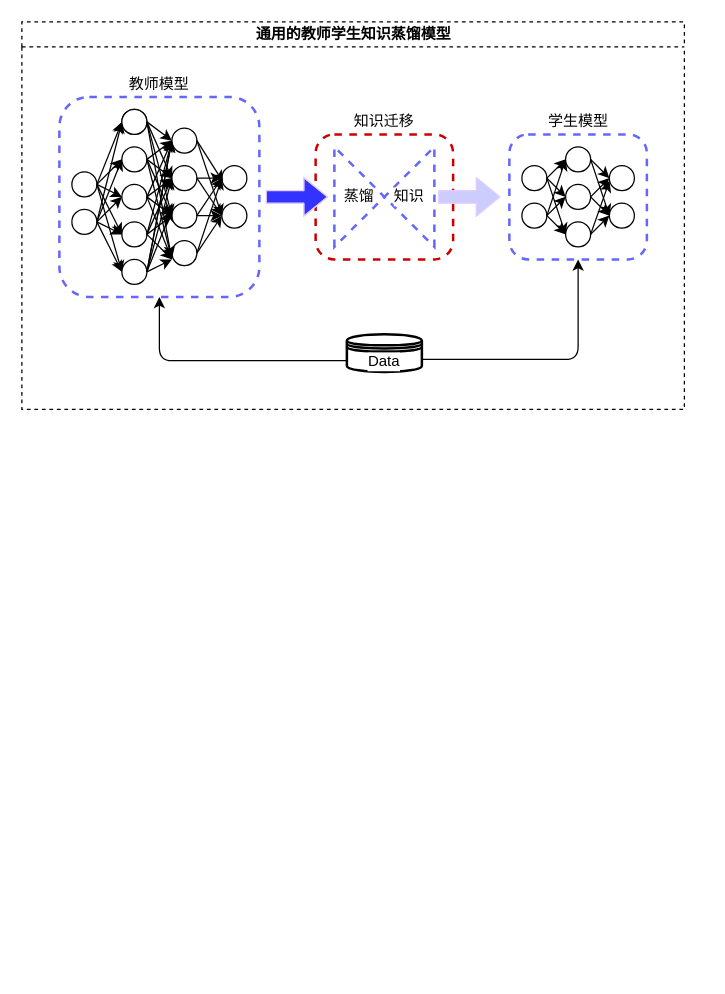
This is generic-KD.drawio from Noeverer/Mindmap, a draw.io file, before an edit. Source tidied: cells renumbered, new cells numbered last; positions are measured from the earlier drawing's top-left corner, leaving out a move shared by most shapes. Both pictures are drawn from the tidied source at 125%, with x=0, y=0 at pixel (21, 21).
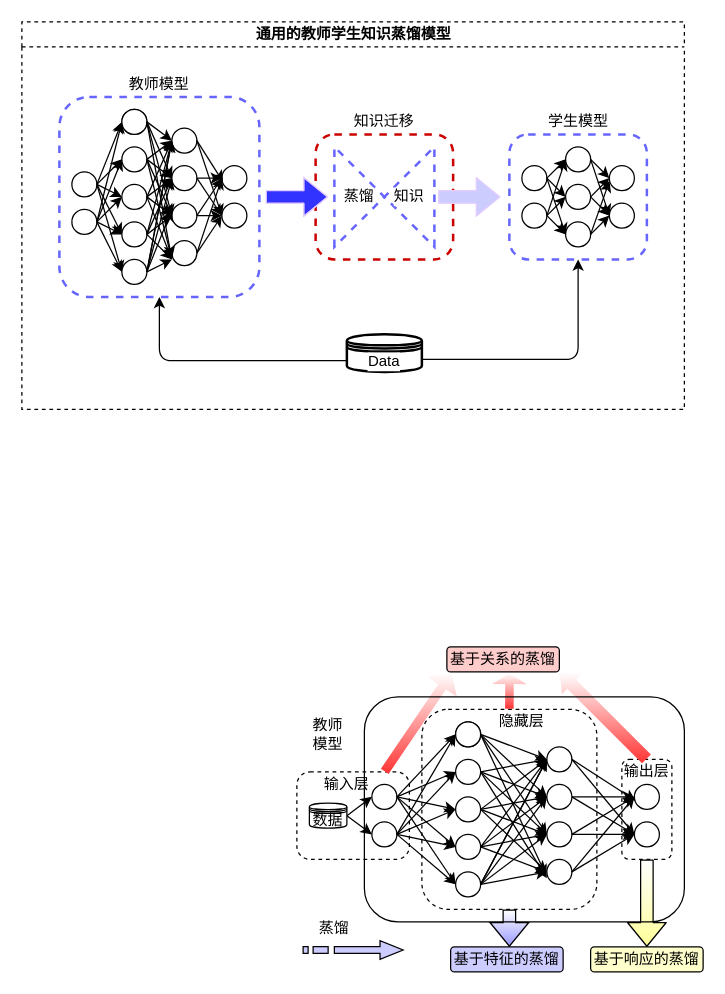
Above is the later version.

Diff of the diagram source:
```diff
@@
+    <mxCell id="91" style="rounded=1;whiteSpace=wrap;html=1;dashed=1;" parent="1" vertex="1">
+      <mxGeometry x="220" y="600" width="90" height="70" as="geometry" />
+    </mxCell>
+    <mxCell id="92" style="rounded=1;whiteSpace=wrap;html=1;dashed=1;" parent="1" vertex="1">
+      <mxGeometry x="480" y="590" width="40" height="80" as="geometry" />
+    </mxCell>
@@
+    <mxCell id="93" style="group;" parent="1" vertex="1">
+      <mxGeometry x="280" y="560" width="250" height="160" as="geometry" />
+    </mxCell>
+    <mxCell id="94" style="rounded=1;whiteSpace=wrap;html=1;dashed=1;" parent="93" vertex="1">
+      <mxGeometry x="40" y="-10" width="140" height="160" as="geometry" />
+    </mxCell>
+    <mxCell id="95" style="ellipse;whiteSpace=wrap;html=1;" parent="93" vertex="1">
+      <mxGeometry x="67" width="20" height="20" as="geometry" />
+    </mxCell>
+    <mxCell id="96" style="ellipse;whiteSpace=wrap;html=1;" parent="93" vertex="1">
+      <mxGeometry x="67" y="30" width="20" height="20" as="geometry" />
+    </mxCell>
+    <mxCell id="97" style="ellipse;whiteSpace=wrap;html=1;" parent="93" vertex="1">
+      <mxGeometry x="67" y="60" width="20" height="20" as="geometry" />
+    </mxCell>
+    <mxCell id="98" style="ellipse;whiteSpace=wrap;html=1;" parent="93" vertex="1">
+      <mxGeometry x="67" y="90" width="20" height="20" as="geometry" />
+    </mxCell>
+    <mxCell id="99" style="ellipse;whiteSpace=wrap;html=1;" parent="93" vertex="1">
+      <mxGeometry x="67" y="120" width="20" height="20" as="geometry" />
+    </mxCell>
+    <mxCell id="100" style="ellipse;whiteSpace=wrap;html=1;" parent="93" vertex="1">
+      <mxGeometry y="50" width="20" height="20" as="geometry" />
+    </mxCell>
+    <mxCell id="101" style="ellipse;whiteSpace=wrap;html=1;" parent="93" vertex="1">
+      <mxGeometry y="80" width="20" height="20" as="geometry" />
+    </mxCell>
+    <mxCell id="102" style="endArrow=classic;html=1;exitX=1;exitY=0.5;exitDx=0;exitDy=0;entryX=0;entryY=0.5;entryDx=0;entryDy=0;" parent="93" edge="1" source="100" target="106">
+      <mxGeometry relative="1" as="geometry" />
+    </mxCell>
+    <mxCell id="103" style="endArrow=classic;html=1;exitX=1;exitY=0.5;exitDx=0;exitDy=0;entryX=0;entryY=0.5;entryDx=0;entryDy=0;" parent="93" edge="1" source="100" target="97">
+      <mxGeometry relative="1" as="geometry" />
+    </mxCell>
+    <mxCell id="104" style="endArrow=classic;html=1;exitX=1;exitY=0.5;exitDx=0;exitDy=0;entryX=0;entryY=0.5;entryDx=0;entryDy=0;" parent="93" edge="1" source="101" target="95">
+      <mxGeometry relative="1" as="geometry" />
+    </mxCell>
+    <mxCell id="105" style="endArrow=classic;html=1;exitX=1;exitY=0.5;exitDx=0;exitDy=0;entryX=0;entryY=0.5;entryDx=0;entryDy=0;" parent="93" edge="1" source="101" target="97">
+      <mxGeometry relative="1" as="geometry" />
+    </mxCell>
+    <mxCell id="106" style="ellipse;whiteSpace=wrap;html=1;" parent="93" vertex="1">
+      <mxGeometry x="67" width="20" height="20" as="geometry" />
+    </mxCell>
+    <mxCell id="107" style="endArrow=classic;html=1;exitX=1;exitY=0.5;exitDx=0;exitDy=0;entryX=0;entryY=0.5;entryDx=0;entryDy=0;" parent="93" edge="1" source="100" target="99">
+      <mxGeometry relative="1" as="geometry" />
+    </mxCell>
+    <mxCell id="108" style="endArrow=classic;html=1;exitX=1;exitY=0.5;exitDx=0;exitDy=0;entryX=0;entryY=0.5;entryDx=0;entryDy=0;" parent="93" edge="1" source="101" target="96">
+      <mxGeometry relative="1" as="geometry" />
+    </mxCell>
+    <mxCell id="109" value="隐藏层" style="text;html=1;strokeColor=none;fillColor=none;align=center;verticalAlign=middle;whiteSpace=wrap;rounded=0;dashed=1;" parent="93" vertex="1">
+      <mxGeometry x="100" y="-10" width="40" height="20" as="geometry" />
+    </mxCell>
+    <mxCell id="110" style="endArrow=classic;html=1;entryX=0;entryY=0.5;entryDx=0;entryDy=0;" parent="1" edge="1" target="96">
+      <mxGeometry relative="1" as="geometry">
+        <mxPoint x="300" y="620" as="sourcePoint" />
+      </mxGeometry>
+    </mxCell>
+    <mxCell id="111" style="endArrow=classic;html=1;entryX=0;entryY=0.5;entryDx=0;entryDy=0;" parent="1" edge="1" target="98">
+      <mxGeometry relative="1" as="geometry">
+        <mxPoint x="300" y="650" as="sourcePoint" />
+      </mxGeometry>
+    </mxCell>
+    <mxCell id="112" style="endArrow=classic;html=1;entryX=0;entryY=0.5;entryDx=0;entryDy=0;" parent="1" edge="1" target="99">
+      <mxGeometry relative="1" as="geometry">
+        <mxPoint x="300" y="650" as="sourcePoint" />
+      </mxGeometry>
+    </mxCell>
+    <mxCell id="113" style="endArrow=classic;html=1;entryX=0;entryY=0.5;entryDx=0;entryDy=0;" parent="1" edge="1" target="98">
+      <mxGeometry relative="1" as="geometry">
+        <mxPoint x="300" y="620" as="sourcePoint" />
+      </mxGeometry>
+    </mxCell>
+    <mxCell id="114" style="endArrow=classic;html=1;entryX=0;entryY=0.5;entryDx=0;entryDy=0;" parent="1" edge="1" target="129">
+      <mxGeometry relative="1" as="geometry">
+        <mxPoint x="367" y="570" as="sourcePoint" />
+      </mxGeometry>
+    </mxCell>
+    <mxCell id="115" style="endArrow=classic;html=1;entryX=-0.02;entryY=0.66;entryDx=0;entryDy=0;entryPerimeter=0;" parent="1" edge="1" target="130">
+      <mxGeometry relative="1" as="geometry">
+        <mxPoint x="367" y="570" as="sourcePoint" />
+      </mxGeometry>
+    </mxCell>
+    <mxCell id="116" style="endArrow=classic;html=1;entryX=0;entryY=0.5;entryDx=0;entryDy=0;" parent="1" edge="1" target="129">
+      <mxGeometry relative="1" as="geometry">
+        <mxPoint x="367" y="600" as="sourcePoint" />
+      </mxGeometry>
+    </mxCell>
+    <mxCell id="117" style="endArrow=classic;html=1;entryX=0;entryY=0.75;entryDx=0;entryDy=0;entryPerimeter=0;" parent="1" edge="1" target="130">
+      <mxGeometry relative="1" as="geometry">
+        <mxPoint x="367" y="600" as="sourcePoint" />
+      </mxGeometry>
+    </mxCell>
+    <mxCell id="118" style="endArrow=classic;html=1;entryX=0;entryY=0.5;entryDx=0;entryDy=0;" parent="1" edge="1" target="128">
+      <mxGeometry relative="1" as="geometry">
+        <mxPoint x="367" y="660" as="sourcePoint" />
+      </mxGeometry>
+    </mxCell>
+    <mxCell id="119" style="endArrow=classic;html=1;entryX=0;entryY=0.5;entryDx=0;entryDy=0;" parent="1" edge="1" target="129">
+      <mxGeometry relative="1" as="geometry">
+        <mxPoint x="367" y="630" as="sourcePoint" />
+      </mxGeometry>
+    </mxCell>
+    <mxCell id="120" style="endArrow=classic;html=1;entryX=0;entryY=0.5;entryDx=0;entryDy=0;" parent="1" edge="1" target="129">
+      <mxGeometry relative="1" as="geometry">
+        <mxPoint x="367" y="660" as="sourcePoint" />
+      </mxGeometry>
+    </mxCell>
+    <mxCell id="121" style="endArrow=classic;html=1;exitX=1;exitY=0.5;exitDx=0;exitDy=0;" parent="1" edge="1" source="99">
+      <mxGeometry relative="1" as="geometry">
+        <mxPoint x="420" y="680" as="targetPoint" />
+      </mxGeometry>
+    </mxCell>
+    <mxCell id="122" style="endArrow=classic;html=1;entryX=0;entryY=0.5;entryDx=0;entryDy=0;" parent="1" edge="1" target="127">
+      <mxGeometry relative="1" as="geometry">
+        <mxPoint x="367" y="690" as="sourcePoint" />
+      </mxGeometry>
+    </mxCell>
+    <mxCell id="123" style="endArrow=classic;html=1;" parent="1" edge="1">
+      <mxGeometry relative="1" as="geometry">
+        <mxPoint x="367" y="690" as="sourcePoint" />
+        <mxPoint x="420" y="650" as="targetPoint" />
+      </mxGeometry>
+    </mxCell>
+    <mxCell id="124" style="endArrow=classic;html=1;entryX=0;entryY=0.5;entryDx=0;entryDy=0;" parent="1" edge="1" target="127">
+      <mxGeometry relative="1" as="geometry">
+        <mxPoint x="367" y="690" as="sourcePoint" />
+      </mxGeometry>
+    </mxCell>
+    <mxCell id="125" style="endArrow=classic;html=1;exitX=1;exitY=0.5;exitDx=0;exitDy=0;entryX=0;entryY=0.5;entryDx=0;entryDy=0;" parent="1" edge="1" source="98" target="130">
+      <mxGeometry relative="1" as="geometry" />
+    </mxCell>
+    <mxCell id="126" style="endArrow=classic;html=1;exitX=1;exitY=0.5;exitDx=0;exitDy=0;entryX=0;entryY=0.5;entryDx=0;entryDy=0;" parent="1" edge="1" source="97" target="130">
+      <mxGeometry relative="1" as="geometry" />
+    </mxCell>
+    <mxCell id="127" style="ellipse;whiteSpace=wrap;html=1;" parent="1" vertex="1">
+      <mxGeometry x="420" y="580" width="20" height="20" as="geometry" />
+    </mxCell>
+    <mxCell id="128" style="ellipse;whiteSpace=wrap;html=1;" parent="1" vertex="1">
+      <mxGeometry x="420" y="610" width="20" height="20" as="geometry" />
+    </mxCell>
+    <mxCell id="129" style="ellipse;whiteSpace=wrap;html=1;" parent="1" vertex="1">
+      <mxGeometry x="420" y="640" width="20" height="20" as="geometry" />
+    </mxCell>
+    <mxCell id="130" style="ellipse;whiteSpace=wrap;html=1;" parent="1" vertex="1">
+      <mxGeometry x="420" y="670" width="20" height="20" as="geometry" />
+    </mxCell>
+    <mxCell id="131" style="ellipse;whiteSpace=wrap;html=1;" parent="1" vertex="1">
+      <mxGeometry x="490" y="610" width="20" height="20" as="geometry" />
+    </mxCell>
+    <mxCell id="132" style="ellipse;whiteSpace=wrap;html=1;" parent="1" vertex="1">
+      <mxGeometry x="490" y="640" width="20" height="20" as="geometry" />
+    </mxCell>
+    <mxCell id="133" style="endArrow=classic;html=1;exitX=1;exitY=0.5;exitDx=0;exitDy=0;entryX=0.047;entryY=0.647;entryDx=0;entryDy=0;entryPerimeter=0;" parent="1" edge="1" source="127" target="131">
+      <mxGeometry relative="1" as="geometry" />
+    </mxCell>
+    <mxCell id="134" style="endArrow=classic;html=1;entryX=0;entryY=0.5;entryDx=0;entryDy=0;exitX=1;exitY=0.5;exitDx=0;exitDy=0;" parent="1" edge="1" source="127" target="132">
+      <mxGeometry relative="1" as="geometry" />
+    </mxCell>
+    <mxCell id="135" style="endArrow=classic;html=1;entryX=0;entryY=0.5;entryDx=0;entryDy=0;exitX=1;exitY=0.5;exitDx=0;exitDy=0;" parent="1" edge="1" source="128" target="131">
+      <mxGeometry relative="1" as="geometry" />
+    </mxCell>
+    <mxCell id="136" style="endArrow=classic;html=1;entryX=0;entryY=0.5;entryDx=0;entryDy=0;exitX=1;exitY=0.5;exitDx=0;exitDy=0;" parent="1" edge="1" source="128" target="132">
+      <mxGeometry relative="1" as="geometry" />
+    </mxCell>
+    <mxCell id="137" style="endArrow=classic;html=1;entryX=0;entryY=0.5;entryDx=0;entryDy=0;exitX=1;exitY=0.5;exitDx=0;exitDy=0;exitPerimeter=0;" parent="1" edge="1" source="129" target="131">
+      <mxGeometry relative="1" as="geometry" />
+    </mxCell>
+    <mxCell id="138" style="endArrow=classic;html=1;entryX=0;entryY=0.5;entryDx=0;entryDy=0;exitX=1;exitY=0.5;exitDx=0;exitDy=0;" parent="1" edge="1" source="129" target="132">
+      <mxGeometry relative="1" as="geometry" />
+    </mxCell>
+    <mxCell id="139" style="endArrow=classic;html=1;entryX=0;entryY=0.5;entryDx=0;entryDy=0;exitX=1;exitY=0.5;exitDx=0;exitDy=0;" parent="1" edge="1" source="130" target="131">
+      <mxGeometry relative="1" as="geometry" />
+    </mxCell>
+    <mxCell id="140" style="endArrow=classic;html=1;entryX=0;entryY=0.5;entryDx=0;entryDy=0;exitX=1;exitY=0.5;exitDx=0;exitDy=0;" parent="1" edge="1" source="130" target="132">
+      <mxGeometry relative="1" as="geometry" />
+    </mxCell>
+    <mxCell id="141" style="endArrow=classic;html=1;exitX=1;exitY=0.5;exitDx=0;exitDy=0;entryX=0;entryY=0.5;entryDx=0;entryDy=0;" parent="1" edge="1" source="106" target="127">
+      <mxGeometry relative="1" as="geometry" />
+    </mxCell>
+    <mxCell id="142" style="endArrow=classic;html=1;entryX=0;entryY=0.5;entryDx=0;entryDy=0;exitX=1;exitY=0.5;exitDx=0;exitDy=0;" parent="1" edge="1" source="96" target="127">
+      <mxGeometry relative="1" as="geometry" />
+    </mxCell>
+    <mxCell id="143" style="endArrow=classic;html=1;entryX=0;entryY=0.5;entryDx=0;entryDy=0;exitX=1;exitY=0.5;exitDx=0;exitDy=0;" parent="1" edge="1" source="97" target="127">
+      <mxGeometry relative="1" as="geometry" />
+    </mxCell>
+    <mxCell id="144" style="endArrow=classic;html=1;entryX=0;entryY=0.5;entryDx=0;entryDy=0;exitX=1;exitY=0.5;exitDx=0;exitDy=0;" parent="1" edge="1" source="98" target="127">
+      <mxGeometry relative="1" as="geometry" />
+    </mxCell>
+    <mxCell id="145" style="endArrow=classic;html=1;exitX=1;exitY=0.5;exitDx=0;exitDy=0;entryX=0;entryY=0.5;entryDx=0;entryDy=0;" parent="1" edge="1" source="106" target="128">
+      <mxGeometry relative="1" as="geometry" />
+    </mxCell>
+    <mxCell id="146" style="endArrow=classic;html=1;entryX=0;entryY=0.5;entryDx=0;entryDy=0;exitX=1;exitY=0.5;exitDx=0;exitDy=0;" parent="1" edge="1" source="96" target="128">
+      <mxGeometry relative="1" as="geometry" />
+    </mxCell>
+    <mxCell id="147" style="endArrow=classic;html=1;entryX=0;entryY=0.5;entryDx=0;entryDy=0;exitX=1;exitY=0.5;exitDx=0;exitDy=0;" parent="1" edge="1" source="97" target="128">
+      <mxGeometry relative="1" as="geometry" />
+    </mxCell>
+    <mxCell id="148" style="endArrow=classic;html=1;exitX=1;exitY=0.5;exitDx=0;exitDy=0;entryX=0;entryY=0.5;entryDx=0;entryDy=0;" parent="1" edge="1" source="99" target="128">
+      <mxGeometry relative="1" as="geometry" />
+    </mxCell>
+    <mxCell id="149" style="rounded=0;jettySize=auto;html=1;exitX=1;exitY=0.5;exitDx=0;exitDy=0;entryX=0;entryY=0.5;entryDx=0;entryDy=0;" parent="1" edge="1" source="151" target="100">
+      <mxGeometry relative="1" as="geometry" />
+    </mxCell>
+    <mxCell id="150" style="edgeStyle=none;rounded=0;jettySize=auto;html=1;exitX=1;exitY=0.5;exitDx=0;exitDy=0;entryX=0;entryY=0.5;entryDx=0;entryDy=0;" parent="1" edge="1" source="151" target="101">
+      <mxGeometry relative="1" as="geometry" />
+    </mxCell>
+    <mxCell id="151" value="数据" style="shape=datastore;whiteSpace=wrap;html=1;" parent="1" vertex="1">
+      <mxGeometry x="230" y="625" width="30" height="20" as="geometry" />
+    </mxCell>
+    <mxCell id="152" value="输入层" style="text;html=1;strokeColor=none;fillColor=none;align=center;verticalAlign=middle;whiteSpace=wrap;rounded=0;" parent="1" vertex="1">
+      <mxGeometry x="240" y="600" width="40" height="20" as="geometry" />
+    </mxCell>
+    <mxCell id="153" style="edgeStyle=none;rounded=0;jettySize=auto;html=1;exitX=0.5;exitY=0;exitDx=0;exitDy=0;entryX=1;entryY=1;entryDx=0;entryDy=0;fillColor=#ffffff;shape=flexArrow;strokeColor=none;endWidth=11.428571428571429;endSize=4.1657142857142855;gradientColor=#FF3333;" parent="1" edge="1" source="154" target="155">
+      <mxGeometry relative="1" as="geometry" />
+    </mxCell>
+    <mxCell id="154" value="输出层" style="text;html=1;strokeColor=none;fillColor=none;align=center;verticalAlign=middle;whiteSpace=wrap;rounded=0;" parent="1" vertex="1">
+      <mxGeometry x="480" y="590" width="40" height="20" as="geometry" />
+    </mxCell>
+    <mxCell id="155" value="基于关系的蒸馏" style="rounded=1;whiteSpace=wrap;html=1;fillColor=#FFCCCC;" parent="1" vertex="1">
+      <mxGeometry x="340" y="500" width="90" height="20" as="geometry" />
+    </mxCell>
+    <mxCell id="156" style="edgeStyle=none;rounded=0;jettySize=auto;html=1;entryX=0.045;entryY=1.021;entryDx=0;entryDy=0;entryPerimeter=0;fillColor=#ffffff;shape=flexArrow;strokeColor=none;width=7.428571428571429;endSize=4.154285714285714;gradientColor=#FF3333;" parent="1" edge="1" target="155">
+      <mxGeometry relative="1" as="geometry">
+        <mxPoint x="290" y="600" as="sourcePoint" />
+      </mxGeometry>
+    </mxCell>
+    <mxCell id="157" style="edgeStyle=none;rounded=0;jettySize=auto;html=1;exitX=0.25;exitY=0;exitDx=0;exitDy=0;entryX=0.557;entryY=1.04;entryDx=0;entryDy=0;entryPerimeter=0;fillColor=#ffffff;shape=flexArrow;strokeColor=none;width=6.857142857142857;endSize=2.4857142857142853;gradientColor=#FF3333;" parent="1" edge="1" source="109" target="155">
+      <mxGeometry relative="1" as="geometry" />
+    </mxCell>
+    <mxCell id="158" value="基于特征的蒸馏" style="rounded=1;whiteSpace=wrap;html=1;fillColor=#CCCCFF;" parent="1" vertex="1">
+      <mxGeometry x="343" y="740" width="90" height="20" as="geometry" />
+    </mxCell>
+    <mxCell id="159" style="edgeStyle=none;shape=flexArrow;rounded=0;jettySize=auto;html=1;exitX=0.5;exitY=1;exitDx=0;exitDy=0;fillColor=#ffffff;gradientColor=#9999FF;" parent="1" edge="1" source="94">
+      <mxGeometry relative="1" as="geometry">
+        <mxPoint x="390" y="740" as="targetPoint" />
+      </mxGeometry>
+    </mxCell>
+    <mxCell id="160" style="html=1;shadow=0;dashed=0;align=center;verticalAlign=middle;shape=mxgraph.arrows2.stripedArrow;dy=0.65;dx=18.48;notch=25;fillColor=#CCCCFF;gradientColor=none;" parent="1" vertex="1">
+      <mxGeometry x="225" y="735" width="80" height="15" as="geometry" />
+    </mxCell>
+    <mxCell id="161" value="蒸馏" style="text;html=1;strokeColor=none;fillColor=none;align=center;verticalAlign=middle;whiteSpace=wrap;rounded=0;" parent="1" vertex="1">
+      <mxGeometry x="230" y="715" width="40" height="20" as="geometry" />
+    </mxCell>
+    <mxCell id="162" value="基于响应的蒸馏" style="rounded=1;whiteSpace=wrap;html=1;fillColor=#FFFFCC;" parent="1" vertex="1">
+      <mxGeometry x="455" y="740" width="90" height="20" as="geometry" />
+    </mxCell>
+    <mxCell id="163" style="shape=flexArrow;endArrow=classic;html=1;fillColor=#ffffff;entryX=0.5;entryY=0;entryDx=0;entryDy=0;gradientColor=#FFFF99;" parent="1" edge="1" target="162">
+      <mxGeometry relative="1" as="geometry">
+        <mxPoint x="500" y="670" as="sourcePoint" />
+      </mxGeometry>
+    </mxCell>
+    <mxCell id="164" value="教师模型" style="text;html=1;strokeColor=none;fillColor=none;align=center;verticalAlign=middle;whiteSpace=wrap;rounded=0;" parent="1" vertex="1">
+      <mxGeometry x="230" y="560" width="30" height="20" as="geometry" />
+    </mxCell>
+    <mxCell id="165" style="rounded=1;whiteSpace=wrap;html=1;fillColor=none;" parent="1" vertex="1">
+      <mxGeometry x="274" y="540" width="256" height="180" as="geometry" />
+    </mxCell>
```
